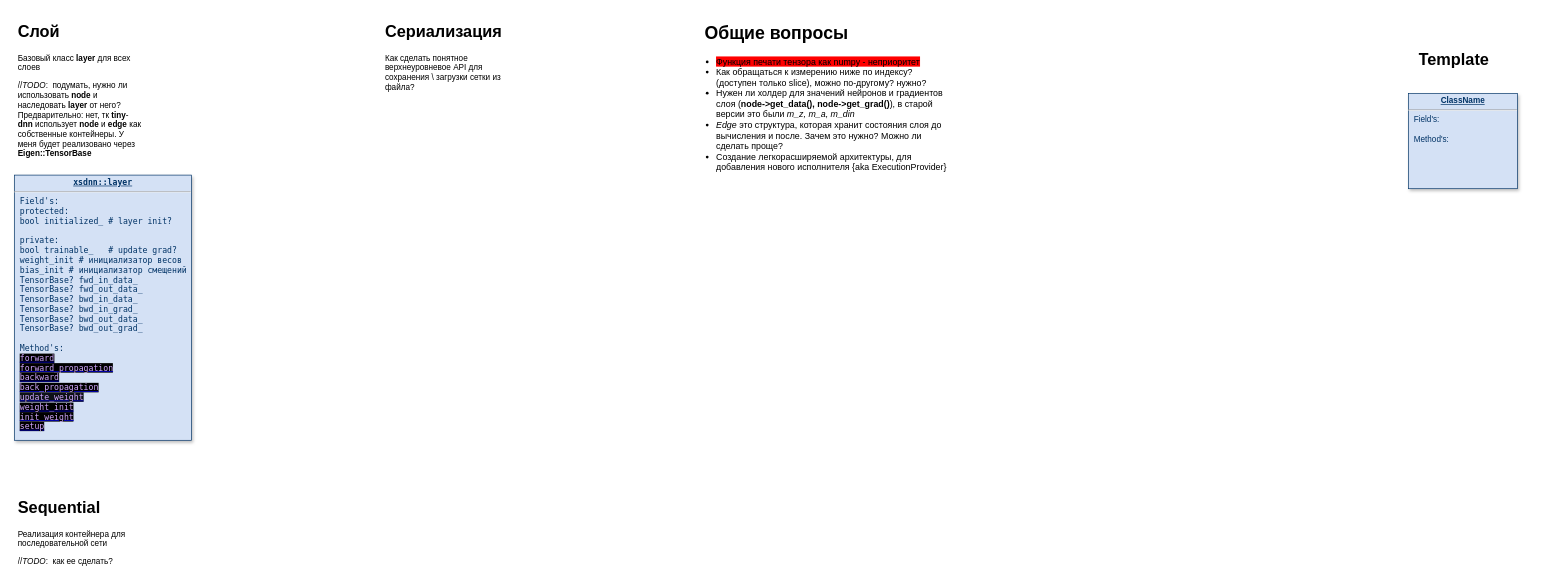
The draw.io diagram page "xsdnn::main" (1 of 9) of logic.drawio in xsdnn/xsdnn, before the edit. Source tidied: cells renumbered, new cells numbered last; positions are measured from the earlier drawing's top-left corner, leaving out a move shared by most shapes. Both pictures are drawn from the tidied source at 68%, with x=0, y=0 at pixel (14, 18).
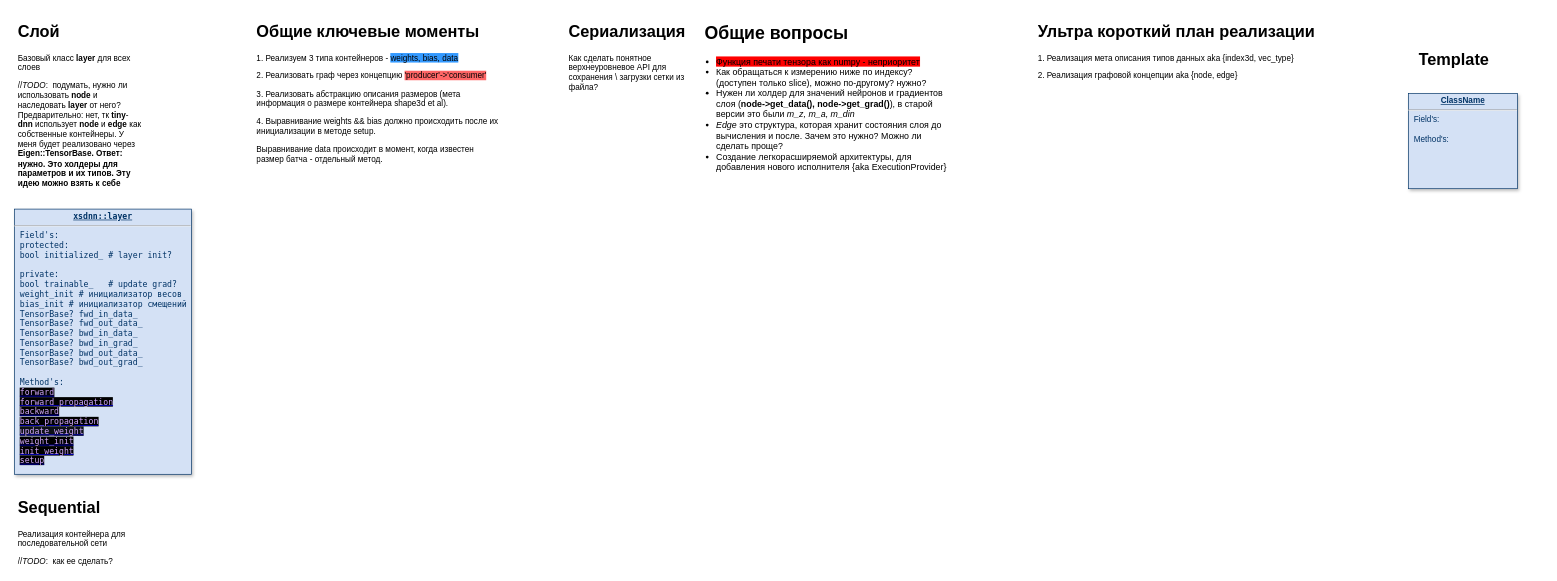
The same diagram, later.

What changed in the source:
```diff
@@
 <mxGraphModel>
   <root>
     <mxCell id="0" />
     <mxCell id="1" parent="0" />
     <mxCell id="2" value="&lt;p style=&quot;margin: 0px; margin-top: 4px; text-align: center; text-decoration: underline;&quot;&gt;&lt;strong&gt;ClassName&lt;/strong&gt;&lt;/p&gt;&lt;hr&gt;&lt;p style=&quot;margin: 0px; margin-left: 8px;&quot;&gt;Field's:&lt;/p&gt;&lt;p style=&quot;margin: 0px; margin-left: 8px;&quot;&gt;&lt;br&gt;&lt;/p&gt;&lt;p style=&quot;margin: 0px; margin-left: 8px;&quot;&gt;Method's:&lt;/p&gt;" style="verticalAlign=top;align=left;overflow=fill;fontSize=12;fontFamily=Helvetica;html=1;strokeColor=#003366;shadow=1;fillColor=#D4E1F5;fontColor=#003366;" parent="1" vertex="1">
       <mxGeometry x="2050" y="110" width="160" height="140" as="geometry" />
     </mxCell>
-    <mxCell id="3" value="&lt;h1&gt;Слой&lt;/h1&gt;&lt;p&gt;Базовый класс &lt;b&gt;layer &lt;/b&gt;для всех слоев&lt;/p&gt;&lt;p&gt;&lt;span style=&quot;text-align: center;&quot;&gt;//&lt;i&gt;TODO&lt;/i&gt;:&amp;nbsp; подумать, нужно ли использовать &lt;b&gt;node&lt;/b&gt; и наследовать &lt;b&gt;layer&lt;/b&gt; от него? Предварительно: нет, тк &lt;b&gt;tiny&lt;/b&gt;-&lt;b&gt;dnn&lt;/b&gt; использует &lt;b&gt;node&lt;/b&gt; и &lt;b&gt;edge&lt;/b&gt; как собственные контейнеры. У меня будет реализовано через &lt;b&gt;Eigen::TensorBase&lt;/b&gt;&lt;/span&gt;&lt;br&gt;&lt;/p&gt;&lt;p&gt;&lt;br&gt;&lt;/p&gt;" style="text;html=1;strokeColor=none;fillColor=none;spacing=5;spacingTop=-20;whiteSpace=wrap;overflow=hidden;rounded=0;" parent="1" vertex="1">
+    <mxCell id="3" value="&lt;h1&gt;Слой&lt;/h1&gt;&lt;p&gt;Базовый класс &lt;b&gt;layer &lt;/b&gt;для всех слоев&lt;/p&gt;&lt;p&gt;&lt;span style=&quot;text-align: center;&quot;&gt;//&lt;i&gt;TODO&lt;/i&gt;:&amp;nbsp; подумать, нужно ли использовать &lt;b&gt;node&lt;/b&gt; и наследовать &lt;b&gt;layer&lt;/b&gt; от него? Предварительно: нет, тк &lt;b&gt;tiny&lt;/b&gt;-&lt;b&gt;dnn&lt;/b&gt; использует &lt;b&gt;node&lt;/b&gt; и &lt;b&gt;edge&lt;/b&gt; как собственные контейнеры. У меня будет реализовано через &lt;b&gt;Eigen::TensorBase. Ответ: нужно. Это холдеры для параметров и их типов. Эту идею можно взять к себе&lt;/b&gt;&lt;/span&gt;&lt;br&gt;&lt;/p&gt;&lt;p&gt;&lt;br&gt;&lt;/p&gt;" style="text;html=1;strokeColor=none;fillColor=none;spacing=5;spacingTop=-20;whiteSpace=wrap;overflow=hidden;rounded=0;" parent="1" vertex="1">
       <mxGeometry width="190" height="250" as="geometry" />
     </mxCell>
     <mxCell id="4" value="&lt;h1&gt;Template&lt;/h1&gt;" style="text;html=1;strokeColor=none;fillColor=none;spacing=5;spacingTop=-20;whiteSpace=wrap;overflow=hidden;rounded=0;" parent="1" vertex="1">
       <mxGeometry x="2060" y="40" width="190" height="50" as="geometry" />
     </mxCell>
     <mxCell id="5" value="&lt;p style=&quot;margin: 0px; margin-top: 4px; text-align: center; text-decoration: underline;&quot;&gt;&lt;b&gt;xsdnn::layer&lt;/b&gt;&lt;/p&gt;&lt;hr&gt;&lt;p style=&quot;margin: 0px; margin-left: 8px;&quot;&gt;Field's:&lt;/p&gt;&lt;p style=&quot;margin: 0px; margin-left: 8px;&quot;&gt;protected:&lt;/p&gt;&lt;p style=&quot;margin: 0px; margin-left: 8px;&quot;&gt;bool initialized_ # layer init?&lt;/p&gt;&lt;p style=&quot;margin: 0px; margin-left: 8px;&quot;&gt;&lt;br&gt;&lt;/p&gt;&lt;p style=&quot;margin: 0px; margin-left: 8px;&quot;&gt;private:&lt;/p&gt;&lt;p style=&quot;margin: 0px 0px 0px 8px;&quot;&gt;bool trainable_&amp;nbsp; &amp;nbsp;# update grad?&lt;/p&gt;&lt;p style=&quot;margin: 0px 0px 0px 8px;&quot;&gt;weight_init # инициализатор весов&lt;/p&gt;&lt;p style=&quot;margin: 0px 0px 0px 8px;&quot;&gt;bias_init # инициализатор смещений&lt;/p&gt;&lt;p style=&quot;margin: 0px; margin-left: 8px;&quot;&gt;TensorBase? fwd_in_data_&lt;/p&gt;&lt;p style=&quot;margin: 0px; margin-left: 8px;&quot;&gt;TensorBase? fwd_out_data_&lt;br&gt;&lt;/p&gt;&lt;p style=&quot;margin: 0px; margin-left: 8px;&quot;&gt;TensorBase? bwd_in_data_&lt;br&gt;&lt;/p&gt;&lt;p style=&quot;margin: 0px; margin-left: 8px;&quot;&gt;TensorBase? bwd_in_grad_&lt;br&gt;&lt;/p&gt;&lt;p style=&quot;margin: 0px; margin-left: 8px;&quot;&gt;TensorBase? bwd_out_data_&lt;br&gt;&lt;/p&gt;&lt;p style=&quot;margin: 0px; margin-left: 8px;&quot;&gt;TensorBase? bwd_out_grad_&lt;br&gt;&lt;/p&gt;&lt;p style=&quot;margin: 0px; margin-left: 8px;&quot;&gt;&lt;br&gt;&lt;/p&gt;&lt;p style=&quot;margin: 0px; margin-left: 8px;&quot;&gt;Method's:&lt;/p&gt;&lt;p style=&quot;margin: 0px; margin-left: 8px;&quot;&gt;&lt;a href=&quot;data:page/id,acLyr5f8MV2qwVlqdKkI&quot;&gt;&lt;font face=&quot;ui-monospace, SFMono-Regular, SF Mono, Menlo, Consolas, Liberation Mono, monospace&quot; color=&quot;#d2a8ff&quot; style=&quot;background-color: rgb(0, 0, 0);&quot;&gt;forward&lt;/font&gt;&lt;/a&gt;&lt;/p&gt;&lt;p style=&quot;margin: 0px; margin-left: 8px;&quot;&gt;&lt;a href=&quot;data:page/id,P51iXEZZl-BP7aw9WZGj&quot;&gt;&lt;font face=&quot;ui-monospace, SFMono-Regular, SF Mono, Menlo, Consolas, Liberation Mono, monospace&quot; color=&quot;#d2a8ff&quot; style=&quot;background-color: rgb(0, 0, 0);&quot;&gt;forward_propagation&lt;/font&gt;&lt;/a&gt;&lt;/p&gt;&lt;p style=&quot;margin: 0px; margin-left: 8px;&quot;&gt;&lt;a href=&quot;data:page/id,9vZ8QekkStvvB2-BGn0U&quot;&gt;&lt;font face=&quot;ui-monospace, SFMono-Regular, SF Mono, Menlo, Consolas, Liberation Mono, monospace&quot; color=&quot;#d2a8ff&quot; style=&quot;background-color: rgb(0, 0, 0);&quot;&gt;backward&lt;/font&gt;&lt;/a&gt;&lt;/p&gt;&lt;p style=&quot;margin: 0px; margin-left: 8px;&quot;&gt;&lt;a href=&quot;data:page/id,YzGOiIOgP3fO_uxTNOQc&quot;&gt;&lt;font face=&quot;ui-monospace, SFMono-Regular, SF Mono, Menlo, Consolas, Liberation Mono, monospace&quot; color=&quot;#d2a8ff&quot; style=&quot;background-color: rgb(0, 0, 0);&quot;&gt;back_propagation&lt;/font&gt;&lt;/a&gt;&lt;/p&gt;&lt;p style=&quot;margin: 0px; margin-left: 8px;&quot;&gt;&lt;span style=&quot;font-family: ui-monospace, SFMono-Regular, &amp;quot;SF Mono&amp;quot;, Menlo, Consolas, &amp;quot;Liberation Mono&amp;quot;, monospace; background-color: rgb(13, 17, 23);&quot;&gt;&lt;a style=&quot;&quot; href=&quot;data:page/id,1ntwXYWYcS74xLM6uAJB&quot;&gt;&lt;font color=&quot;#d2a8ff&quot;&gt;update_weight&lt;/font&gt;&lt;/a&gt;&lt;/span&gt;&lt;br&gt;&lt;/p&gt;&lt;p style=&quot;margin: 0px; margin-left: 8px;&quot;&gt;&lt;a style=&quot;background-color: rgb(0, 0, 0);&quot; href=&quot;data:page/id,imFPhnd7Cz6RNdqDAHEO&quot;&gt;&lt;font face=&quot;ui-monospace, SFMono-Regular, SF Mono, Menlo, Consolas, Liberation Mono, monospace&quot; color=&quot;#d2a8ff&quot;&gt;weight_init&lt;/font&gt;&lt;/a&gt;&lt;/p&gt;&lt;p style=&quot;margin: 0px; margin-left: 8px;&quot;&gt;&lt;a style=&quot;background-color: rgb(0, 0, 0);&quot; href=&quot;data:page/id,p6dzrHT5QFA6u9v4Chr_&quot;&gt;&lt;font color=&quot;#d2a8ff&quot;&gt;init_weight&lt;/font&gt;&lt;/a&gt;&lt;/p&gt;&lt;p style=&quot;margin: 0px; margin-left: 8px;&quot;&gt;&lt;a style=&quot;background-color: rgb(0, 0, 0);&quot; href=&quot;data:page/id,uzz6QVAgYd6YLyIYvyyA&quot;&gt;&lt;font color=&quot;#d2a8ff&quot;&gt;setup&lt;/font&gt;&lt;/a&gt;&lt;/p&gt;" style="verticalAlign=top;align=left;overflow=fill;fontSize=12;fontFamily=ui-monospace, SFMono-Regular, &quot;SF Mono&quot;, Menlo, Consolas, &quot;Liberation Mono&quot;, monospace;html=1;strokeColor=#003366;shadow=1;fillColor=#D4E1F5;fontColor=#003366;" parent="1" vertex="1">
-      <mxGeometry y="230" width="260" height="390" as="geometry" />
+      <mxGeometry y="280" width="260" height="390" as="geometry" />
     </mxCell>
     <mxCell id="6" value="&lt;h1&gt;Сериализация&lt;/h1&gt;&lt;p&gt;Как сделать понятное верхнеуровневое API для сохранения \ загрузки сетки из файла?&amp;nbsp;&lt;/p&gt;" style="text;html=1;strokeColor=none;fillColor=none;spacing=5;spacingTop=-20;whiteSpace=wrap;overflow=hidden;rounded=0;" parent="1" vertex="1">
-      <mxGeometry x="540" width="190" height="120" as="geometry" />
+      <mxGeometry x="810" width="190" height="120" as="geometry" />
     </mxCell>
     <mxCell id="7" value="&lt;h1&gt;Общие вопросы&lt;/h1&gt;&lt;p&gt;&lt;br&gt;&lt;/p&gt;" style="text;html=1;strokeColor=none;fillColor=none;spacing=5;spacingTop=-20;whiteSpace=wrap;overflow=hidden;rounded=0;fontSize=13;" parent="1" vertex="1">
       <mxGeometry x="1010" width="270" height="120" as="geometry" />
     </mxCell>
     <mxCell id="8" value="&lt;ul&gt;&lt;li&gt;&lt;span style=&quot;background-color: rgb(255, 0, 0);&quot;&gt;Функция печати тензора как numpy - неприоритет&lt;/span&gt;&lt;/li&gt;&lt;li&gt;Как обращаться к измерению ниже по индексу? (доступен только slice), можно по-другому? нужно?&amp;nbsp;&lt;/li&gt;&lt;li&gt;Нужен ли холдер для значений нейронов и градиентов слоя (&lt;b&gt;node-&amp;gt;get_data(), node-&amp;gt;get_grad()&lt;/b&gt;), в старой версии это были &lt;i&gt;m_z, m_a, m_din&lt;/i&gt;&lt;/li&gt;&lt;li&gt;&lt;i&gt;Edge &lt;/i&gt;это структура, которая хранит состояния слоя до вычисления и после. Зачем это нужно? Можно ли сделать проще?&lt;/li&gt;&lt;li&gt;Создание легкорасширяемой архитектуры, для добавления нового исполнителя {aka ExecutionProvider}&lt;/li&gt;&lt;/ul&gt;" style="text;strokeColor=none;fillColor=none;html=1;whiteSpace=wrap;verticalAlign=middle;overflow=hidden;fontSize=13;" parent="1" vertex="1">
       <mxGeometry x="990" y="40" width="390" height="190" as="geometry" />
     </mxCell>
     <mxCell id="9" value="&lt;h1&gt;Sequential&lt;/h1&gt;&lt;p&gt;Реализация контейнера для&amp;nbsp; последовательной сети&lt;/p&gt;&lt;p&gt;&lt;span style=&quot;text-align: center;&quot;&gt;//&lt;i&gt;TODO&lt;/i&gt;:&amp;nbsp; как ее сделать?&lt;/span&gt;&lt;br&gt;&lt;/p&gt;&lt;p&gt;&lt;br&gt;&lt;/p&gt;" style="text;html=1;strokeColor=none;fillColor=none;spacing=5;spacingTop=-20;whiteSpace=wrap;overflow=hidden;rounded=0;" parent="1" vertex="1">
       <mxGeometry y="700" width="190" height="110" as="geometry" />
     </mxCell>
+    <mxCell id="10" value="&lt;h1&gt;Общие ключевые моменты&lt;/h1&gt;&lt;p&gt;1. Реализуем 3 типа контейнеров - &lt;span style=&quot;background-color: rgb(51, 153, 255);&quot;&gt;weights, bias, data&lt;/span&gt;&lt;/p&gt;&lt;p&gt;2. Реализовать граф через концепцию &lt;span style=&quot;background-color: rgb(255, 102, 102);&quot;&gt;'producer'-&amp;gt;'consumer'&lt;/span&gt;&lt;/p&gt;&lt;p&gt;3. Реализовать абстракцию описания размеров (мета информация о размере контейнера shape3d et al).&amp;nbsp;&lt;/p&gt;&lt;p&gt;4. Выравнивание weights &amp;amp;&amp;amp; bias должно происходить после их инициализации в методе setup.&lt;/p&gt;&lt;p&gt;Выравнивание data происходит в момент, когда известен размер батча - отдельный метод.&lt;/p&gt;&lt;p&gt;&lt;br&gt;&lt;/p&gt;" style="text;html=1;strokeColor=none;fillColor=none;spacing=5;spacingTop=-20;whiteSpace=wrap;overflow=hidden;rounded=0;" parent="1" vertex="1">
+      <mxGeometry x="351" width="370" height="410" as="geometry" />
+    </mxCell>
+    <mxCell id="11" value="&lt;h1&gt;Ультра короткий план реализации&lt;/h1&gt;&lt;p&gt;1. Реализация мета описания типов данных aka {index3d, vec_type}&lt;/p&gt;&lt;p&gt;2. Реализация графовой концепции aka {node, edge}&lt;/p&gt;" style="text;html=1;spacing=5;spacingTop=-20;whiteSpace=wrap;overflow=hidden;rounded=0;labelBackgroundColor=none;" parent="1" vertex="1">
+      <mxGeometry x="1500" width="420" height="120" as="geometry" />
+    </mxCell>
   </root>
 </mxGraphModel>
```
